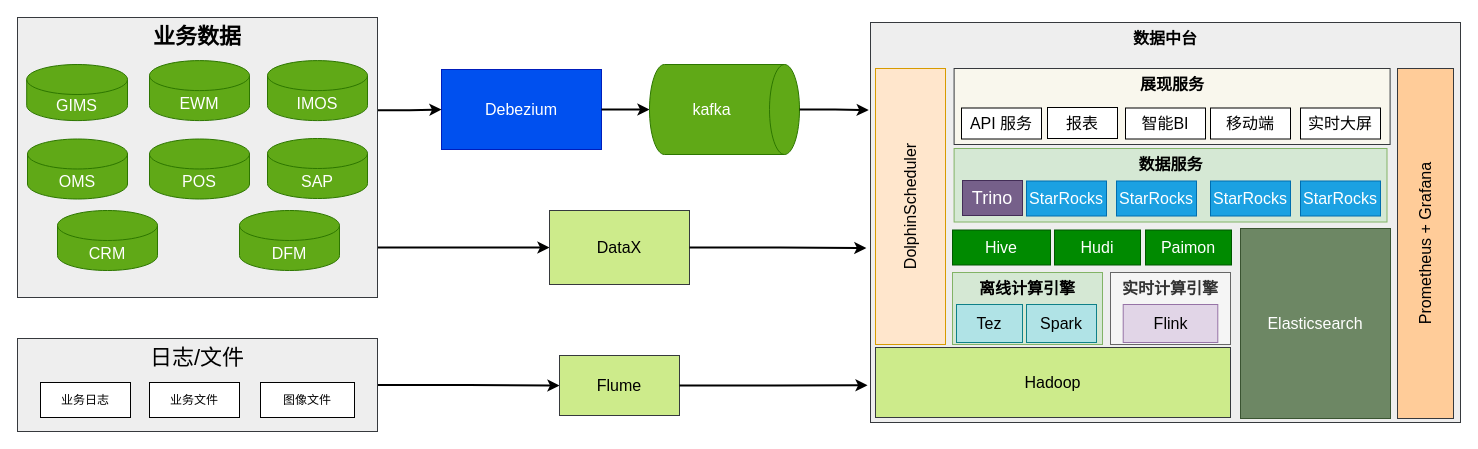
Before: page "技术架构-V3" (4 of 6) of BSD.drawio in starzy1990/diagrams, a draw.io diagram. Source tidied: cells renumbered, new cells numbered last; positions are measured from the earlier drawing's top-left corner, leaving out a move shared by most shapes. Both pictures are drawn from the tidied source at 100%, with x=0, y=0 at pixel (17, 17).
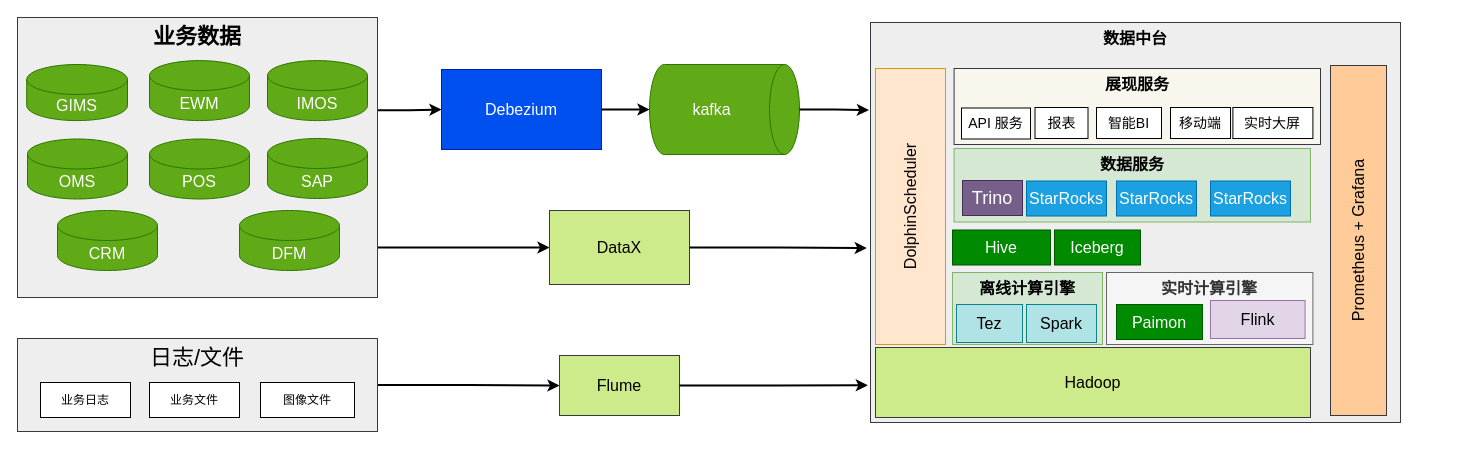
The same diagram, later.

Change to the diagram source:
```diff
@@
     <mxCell id="16" value="数据中台" style="rounded=0;whiteSpace=wrap;html=1;fillColor=#eeeeee;strokeColor=#36393d;verticalAlign=top;fontSize=16;fontStyle=1;" parent="1" vertex="1">
-      <mxGeometry x="853" y="5" width="590" height="400" as="geometry" />
+      <mxGeometry x="853" y="5" width="530" height="400" as="geometry" />
     </mxCell>
     <mxCell id="17" value="Hadoop" style="rounded=0;whiteSpace=wrap;html=1;fillColor=#cdeb8b;strokeColor=#36393d;fontSize=16;verticalAlign=middle;fontStyle=0;" parent="1" vertex="1">
-      <mxGeometry x="858" y="330" width="355" height="70" as="geometry" />
+      <mxGeometry x="858" y="330" width="435" height="70" as="geometry" />
     </mxCell>
@@
     <mxCell id="22" value="实时计算引擎" style="rounded=0;whiteSpace=wrap;html=1;align=center;verticalAlign=top;horizontal=1;textDirection=ltr;labelPosition=center;verticalLabelPosition=middle;fontStyle=1;fillColor=#f5f5f5;strokeColor=#666666;fontColor=#333333;fontSize=16;" parent="1" vertex="1">
-      <mxGeometry x="1093" y="255" width="120" height="72" as="geometry" />
+      <mxGeometry x="1089" y="255" width="206.4" height="72" as="geometry" />
     </mxCell>
     <mxCell id="23" value="Flink" style="rounded=0;whiteSpace=wrap;html=1;fillColor=#e1d5e7;strokeColor=#9673a6;fontStyle=0;fontSize=16;" parent="1" vertex="1">
-      <mxGeometry x="1105.7" y="287" width="94.6" height="38" as="geometry" />
+      <mxGeometry x="1193" y="283" width="94.6" height="38" as="geometry" />
     </mxCell>
     <mxCell id="24" value="数据服务" style="rounded=0;whiteSpace=wrap;html=1;align=center;fontStyle=1;fillColor=#d5e8d4;strokeColor=#82b366;verticalAlign=top;fontSize=16;" parent="1" vertex="1">
-      <mxGeometry x="936.6" y="131" width="432.9" height="73.5" as="geometry" />
+      <mxGeometry x="936.6" y="131" width="356.4" height="73.5" as="geometry" />
     </mxCell>
@@
-    <mxCell id="33" value="Hudi" style="rounded=0;whiteSpace=wrap;html=1;fillColor=#008a00;strokeColor=#005700;fontSize=16;fontColor=#ffffff;" parent="1" vertex="1">
+    <mxCell id="33" value="Iceberg" style="rounded=0;whiteSpace=wrap;html=1;fillColor=#008a00;strokeColor=#005700;fontSize=16;fontColor=#ffffff;" parent="1" vertex="1">
       <mxGeometry x="1037" y="212.5" width="86" height="35" as="geometry" />
     </mxCell>
     <mxCell id="34" value="展现服务" style="rounded=0;whiteSpace=wrap;html=1;verticalAlign=top;fillColor=#f9f7ed;strokeColor=#36393d;fontStyle=1;fontSize=16;" parent="1" vertex="1">
-      <mxGeometry x="936.6" y="51" width="436" height="76" as="geometry" />
+      <mxGeometry x="936.6" y="51" width="366.4" height="76" as="geometry" />
     </mxCell>
@@
     <mxCell id="37" value="Prometheus +&amp;nbsp;Grafana" style="rounded=0;whiteSpace=wrap;html=1;horizontal=0;fontSize=16;fillColor=#ffcc99;strokeColor=#36393d;" parent="1" vertex="1">
-      <mxGeometry x="1380" y="51" width="56" height="350" as="geometry" />
+      <mxGeometry x="1313" y="48" width="56" height="350" as="geometry" />
     </mxCell>
-    <mxCell id="38" value="API 服务" style="rounded=0;whiteSpace=wrap;html=1;fontSize=16;" parent="1" vertex="1">
-      <mxGeometry x="944" y="90.5" width="80" height="31" as="geometry" />
+    <mxCell id="38" value="API 服务" style="rounded=0;whiteSpace=wrap;html=1;fontSize=14;" parent="1" vertex="1">
+      <mxGeometry x="944" y="90.5" width="69" height="31" as="geometry" />
     </mxCell>
-    <mxCell id="39" value="报表" style="rounded=0;whiteSpace=wrap;html=1;fontSize=16;" parent="1" vertex="1">
-      <mxGeometry x="1030" y="90" width="70" height="31" as="geometry" />
+    <mxCell id="39" value="报表" style="rounded=0;whiteSpace=wrap;html=1;fontSize=14;" parent="1" vertex="1">
+      <mxGeometry x="1017.5" y="90" width="53" height="31" as="geometry" />
     </mxCell>
-    <mxCell id="40" value="智能BI" style="rounded=0;whiteSpace=wrap;html=1;fontSize=16;" parent="1" vertex="1">
-      <mxGeometry x="1108" y="90.5" width="80" height="31" as="geometry" />
+    <mxCell id="40" value="智能BI" style="rounded=0;whiteSpace=wrap;html=1;fontSize=14;" parent="1" vertex="1">
+      <mxGeometry x="1079" y="90" width="65" height="31" as="geometry" />
     </mxCell>
-    <mxCell id="41" value="Elasticsearch" style="rounded=0;whiteSpace=wrap;html=1;strokeColor=#3A5431;align=center;verticalAlign=middle;fontFamily=Helvetica;fontSize=16;fontColor=#ffffff;fillColor=#6d8764;" parent="1" vertex="1">
-      <mxGeometry x="1223" y="211" width="150" height="190" as="geometry" />
-    </mxCell>
@@
     <mxCell id="43" value="Paimon" style="rounded=0;whiteSpace=wrap;html=1;fillColor=#008a00;strokeColor=#005700;fontSize=16;fontColor=#ffffff;" parent="1" vertex="1">
-      <mxGeometry x="1128" y="212.5" width="86" height="35" as="geometry" />
+      <mxGeometry x="1099" y="287" width="86" height="35" as="geometry" />
     </mxCell>
@@
-    <mxCell id="47" value="StarRocks" style="rounded=0;whiteSpace=wrap;html=1;fillColor=#1ba1e2;fontColor=#ffffff;strokeColor=#006EAF;fontSize=16;" parent="1" vertex="1">
-      <mxGeometry x="1283" y="163.5" width="80" height="35" as="geometry" />
-    </mxCell>
@@
-    <mxCell id="49" value="移动端" style="rounded=0;whiteSpace=wrap;html=1;fontSize=16;" parent="1" vertex="1">
-      <mxGeometry x="1193" y="90.5" width="80" height="31" as="geometry" />
+    <mxCell id="49" value="移动端" style="rounded=0;whiteSpace=wrap;html=1;fontSize=14;" parent="1" vertex="1">
+      <mxGeometry x="1153" y="90" width="60" height="31" as="geometry" />
     </mxCell>
-    <mxCell id="50" value="实时大屏" style="rounded=0;whiteSpace=wrap;html=1;fontSize=16;" parent="1" vertex="1">
-      <mxGeometry x="1283" y="90.5" width="80" height="31" as="geometry" />
+    <mxCell id="50" value="实时大屏" style="rounded=0;whiteSpace=wrap;html=1;fontSize=14;" parent="1" vertex="1">
+      <mxGeometry x="1215.4" y="90" width="80" height="31" as="geometry" />
     </mxCell>
```
